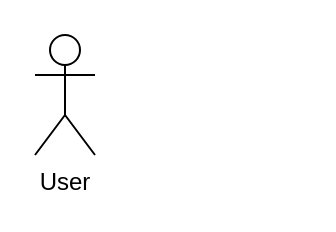
The draw.io diagram 名称未設定ファイル.drawio in uuronn/choco-makomo-jumbo, before the edit. Source tidied: cells renumbered, new cells numbered last; positions are measured from the earlier drawing's top-left corner, leaving out a move shared by most shapes. Both pictures are drawn from the tidied source at 200%, with x=0, y=0 at pixel (34, 34).
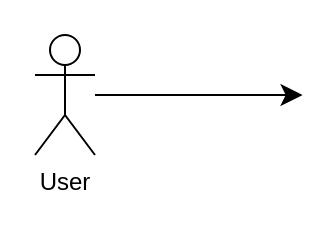
The same page after the edit.

Commit message (it also covers changes not shown here):
名称未設定ファイル.drawio を更新します

The edit, as a diff of the source:
```diff
@@
 <mxGraphModel>
   <root>
     <mxCell id="0" />
     <mxCell id="1" parent="0" />
+    <mxCell id="3" style="edgeStyle=none;curved=1;rounded=0;jettySize=auto;html=1;fontSize=12;startSize=8;endSize=8;" parent="1" edge="1" source="2">
+      <mxGeometry relative="1" as="geometry">
+        <mxPoint x="133.8" y="30" as="targetPoint" />
+      </mxGeometry>
+    </mxCell>
     <mxCell id="2" value="User" style="shape=umlActor;verticalLabelPosition=bottom;verticalAlign=top;html=1;outlineConnect=0;" parent="1" vertex="1">
       <mxGeometry width="30" height="60" as="geometry" />
     </mxCell>
   </root>
 </mxGraphModel>
```
